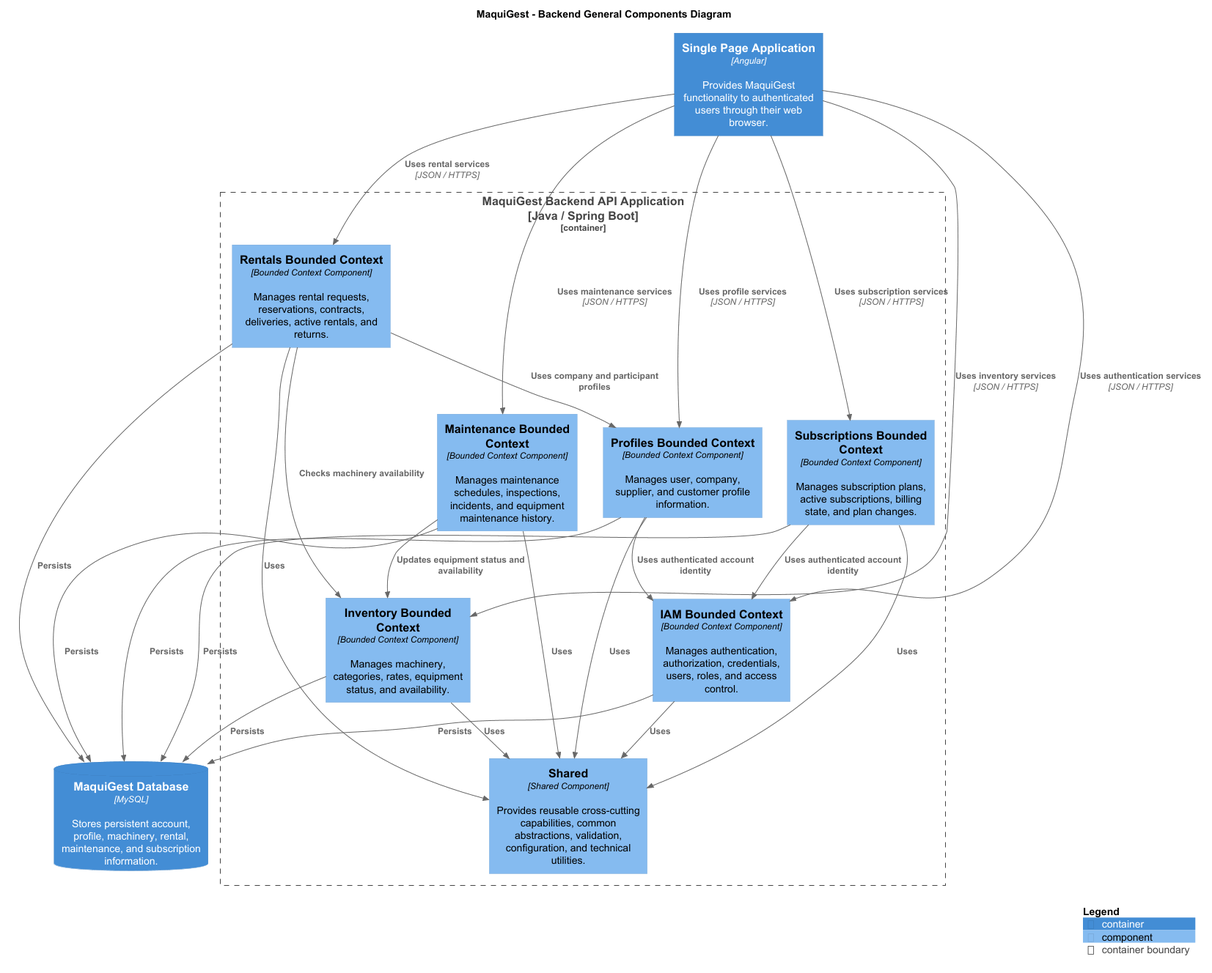
Above: assets/plantuml/chapter-4/c4/component/backend/maquigest-backend-general-component-diagram.png in upc-pre-202620-1asi0729-7750-cleancode/maquigest-report (PlantUML), before the change. Source of this version:
```plantuml
@startuml

!include https://raw.githubusercontent.com/plantuml-stdlib/C4-PlantUML/master/C4_Component.puml

title MaquiGest - Backend General Components Diagram

Container(spa, "Single Page Application", "Angular", "Provides MaquiGest functionality to authenticated users through their web browser.")

Container_Boundary(backend, "MaquiGest Backend API Application\n[Java / Spring Boot]") {

    Component(iamContext, "IAM Bounded Context", "Bounded Context Component", "Manages authentication, authorization, credentials, users, roles, and access control.")

    Component(profilesContext, "Profiles Bounded Context", "Bounded Context Component", "Manages user, company, supplier, and customer profile information.")

    Component(inventoryContext, "Inventory Bounded Context", "Bounded Context Component", "Manages machinery, categories, rates, equipment status, and availability.")

    Component(rentalsContext, "Rentals Bounded Context", "Bounded Context Component", "Manages rental requests, reservations, contracts, deliveries, active rentals, and returns.")

    Component(maintenanceContext, "Maintenance Bounded Context", "Bounded Context Component", "Manages maintenance schedules, inspections, incidents, and equipment maintenance history.")

    Component(subscriptionsContext, "Subscriptions Bounded Context", "Bounded Context Component", "Manages subscription plans, active subscriptions, billing state, and plan changes.")

    Component(sharedComponent, "Shared", "Shared Component", "Provides reusable cross-cutting capabilities, common abstractions, validation, configuration, and technical utilities.")
}

ContainerDb(database, "MaquiGest Database", "MySQL", "Stores persistent account, profile, machinery, rental, maintenance, and subscription information.")

Rel(spa, iamContext, "Uses authentication services", "JSON / HTTPS")
Rel(spa, profilesContext, "Uses profile services", "JSON / HTTPS")
Rel(spa, inventoryContext, "Uses inventory services", "JSON / HTTPS")
Rel(spa, rentalsContext, "Uses rental services", "JSON / HTTPS")
Rel(spa, maintenanceContext, "Uses maintenance services", "JSON / HTTPS")
Rel(spa, subscriptionsContext, "Uses subscription services", "JSON / HTTPS")

Rel(profilesContext, iamContext, "Uses authenticated account identity")
Rel(rentalsContext, inventoryContext, "Checks machinery availability")
Rel(rentalsContext, profilesContext, "Uses company and participant profiles")
Rel(maintenanceContext, inventoryContext, "Updates equipment status and availability")
Rel(subscriptionsContext, iamContext, "Uses authenticated account identity")

Rel(iamContext, sharedComponent, "Uses")
Rel(profilesContext, sharedComponent, "Uses")
Rel(inventoryContext, sharedComponent, "Uses")
Rel(rentalsContext, sharedComponent, "Uses")
Rel(maintenanceContext, sharedComponent, "Uses")
Rel(subscriptionsContext, sharedComponent, "Uses")

Rel(iamContext, database, "Persists")
Rel(profilesContext, database, "Persists")
Rel(inventoryContext, database, "Persists")
Rel(rentalsContext, database, "Persists")
Rel(maintenanceContext, database, "Persists")
Rel(subscriptionsContext, database, "Persists")

SHOW_LEGEND()

@enduml
```
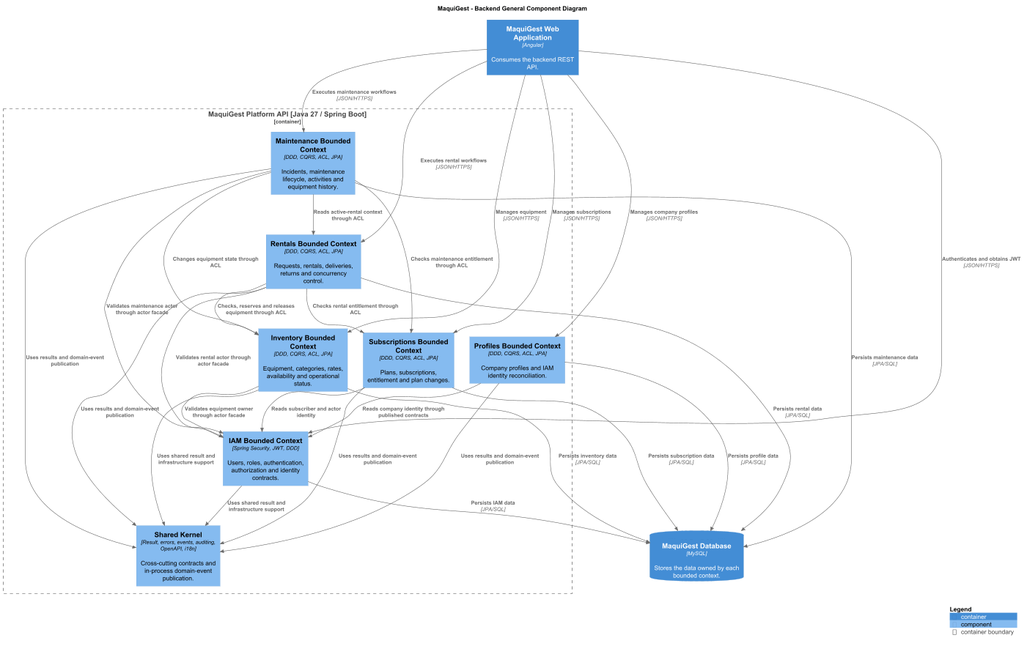
After the commit.

Change to the diagram source:
```diff
@@ -1,57 +1,44 @@
 @startuml
-
-!include https://raw.githubusercontent.com/plantuml-stdlib/C4-PlantUML/master/C4_Component.puml
-
-title MaquiGest - Backend General Components Diagram
-
-Container(spa, "Single Page Application", "Angular", "Provides MaquiGest functionality to authenticated users through their web browser.")
-
-Container_Boundary(backend, "MaquiGest Backend API Application\n[Java / Spring Boot]") {
-
-    Component(iamContext, "IAM Bounded Context", "Bounded Context Component", "Manages authentication, authorization, credentials, users, roles, and access control.")
-
-    Component(profilesContext, "Profiles Bounded Context", "Bounded Context Component", "Manages user, company, supplier, and customer profile information.")
-
-    Component(inventoryContext, "Inventory Bounded Context", "Bounded Context Component", "Manages machinery, categories, rates, equipment status, and availability.")
-
-    Component(rentalsContext, "Rentals Bounded Context", "Bounded Context Component", "Manages rental requests, reservations, contracts, deliveries, active rentals, and returns.")
-
-    Component(maintenanceContext, "Maintenance Bounded Context", "Bounded Context Component", "Manages maintenance schedules, inspections, incidents, and equipment maintenance history.")
-
-    Component(subscriptionsContext, "Subscriptions Bounded Context", "Bounded Context Component", "Manages subscription plans, active subscriptions, billing state, and plan changes.")
-
-    Component(sharedComponent, "Shared", "Shared Component", "Provides reusable cross-cutting capabilities, common abstractions, validation, configuration, and technical utilities.")
+!include _includes/C4_Component.puml
+title MaquiGest - Backend General Component Diagram
+Container(spa, "MaquiGest Web Application", "Angular", "Consumes the backend REST API.")
+Container_Boundary(backend, "MaquiGest Platform API [Java 27 / Spring Boot]") {
+ Component(iam, "IAM Bounded Context", "Spring Security, JWT, DDD", "Users, roles, authentication, authorization and identity contracts.")
+ Component(profiles, "Profiles Bounded Context", "DDD, CQRS, ACL, JPA", "Company profiles and IAM identity reconciliation.")
+ Component(inventory, "Inventory Bounded Context", "DDD, CQRS, ACL, JPA", "Equipment, categories, rates, availability and operational status.")
+ Component(rentals, "Rentals Bounded Context", "DDD, CQRS, ACL, JPA", "Requests, rentals, deliveries, returns and concurrency control.")
+ Component(maintenance, "Maintenance Bounded Context", "DDD, CQRS, ACL, JPA", "Incidents, maintenance lifecycle, activities and equipment history.")
+ Component(subscriptions, "Subscriptions Bounded Context", "DDD, CQRS, ACL, JPA", "Plans, subscriptions, entitlement and plan changes.")
+ Component(shared, "Shared Kernel", "Result, errors, events, auditing, OpenAPI, i18n", "Cross-cutting contracts and in-process domain-event publication.")
 }
-
-ContainerDb(database, "MaquiGest Database", "MySQL", "Stores persistent account, profile, machinery, rental, maintenance, and subscription information.")
-
-Rel(spa, iamContext, "Uses authentication services", "JSON / HTTPS")
-Rel(spa, profilesContext, "Uses profile services", "JSON / HTTPS")
-Rel(spa, inventoryContext, "Uses inventory services", "JSON / HTTPS")
-Rel(spa, rentalsContext, "Uses rental services", "JSON / HTTPS")
-Rel(spa, maintenanceContext, "Uses maintenance services", "JSON / HTTPS")
-Rel(spa, subscriptionsContext, "Uses subscription services", "JSON / HTTPS")
-
-Rel(profilesContext, iamContext, "Uses authenticated account identity")
-Rel(rentalsContext, inventoryContext, "Checks machinery availability")
-Rel(rentalsContext, profilesContext, "Uses company and participant profiles")
-Rel(maintenanceContext, inventoryContext, "Updates equipment status and availability")
-Rel(subscriptionsContext, iamContext, "Uses authenticated account identity")
-
-Rel(iamContext, sharedComponent, "Uses")
-Rel(profilesContext, sharedComponent, "Uses")
-Rel(inventoryContext, sharedComponent, "Uses")
-Rel(rentalsContext, sharedComponent, "Uses")
-Rel(maintenanceContext, sharedComponent, "Uses")
-Rel(subscriptionsContext, sharedComponent, "Uses")
-
-Rel(iamContext, database, "Persists")
-Rel(profilesContext, database, "Persists")
-Rel(inventoryContext, database, "Persists")
-Rel(rentalsContext, database, "Persists")
-Rel(maintenanceContext, database, "Persists")
-Rel(subscriptionsContext, database, "Persists")
-
+ContainerDb(db, "MaquiGest Database", "MySQL", "Stores the data owned by each bounded context.")
+Rel(spa, iam, "Authenticates and obtains JWT", "JSON/HTTPS")
+Rel(spa, profiles, "Manages company profiles", "JSON/HTTPS")
+Rel(spa, inventory, "Manages equipment", "JSON/HTTPS")
+Rel(spa, rentals, "Executes rental workflows", "JSON/HTTPS")
+Rel(spa, maintenance, "Executes maintenance workflows", "JSON/HTTPS")
+Rel(spa, subscriptions, "Manages subscriptions", "JSON/HTTPS")
+Rel(profiles, iam, "Reads company identity through published contracts")
+Rel(inventory, iam, "Validates equipment owner through actor facade")
+Rel(rentals, iam, "Validates rental actor through actor facade")
+Rel(maintenance, iam, "Validates maintenance actor through actor facade")
+Rel(subscriptions, iam, "Reads subscriber and actor identity")
+Rel(rentals, inventory, "Checks, reserves and releases equipment through ACL")
+Rel(rentals, subscriptions, "Checks rental entitlement through ACL")
+Rel(maintenance, inventory, "Changes equipment state through ACL")
+Rel(maintenance, rentals, "Reads active-rental context through ACL")
+Rel(maintenance, subscriptions, "Checks maintenance entitlement through ACL")
+Rel(iam, shared, "Uses shared result and infrastructure support")
+Rel(profiles, shared, "Uses results and domain-event publication")
+Rel(inventory, shared, "Uses shared result and infrastructure support")
+Rel(rentals, shared, "Uses results and domain-event publication")
+Rel(maintenance, shared, "Uses results and domain-event publication")
+Rel(subscriptions, shared, "Uses results and domain-event publication")
+Rel(iam, db, "Persists IAM data", "JPA/SQL")
+Rel(profiles, db, "Persists profile data", "JPA/SQL")
+Rel(inventory, db, "Persists inventory data", "JPA/SQL")
+Rel(rentals, db, "Persists rental data", "JPA/SQL")
+Rel(maintenance, db, "Persists maintenance data", "JPA/SQL")
+Rel(subscriptions, db, "Persists subscription data", "JPA/SQL")
 SHOW_LEGEND()
-
 @enduml
```
